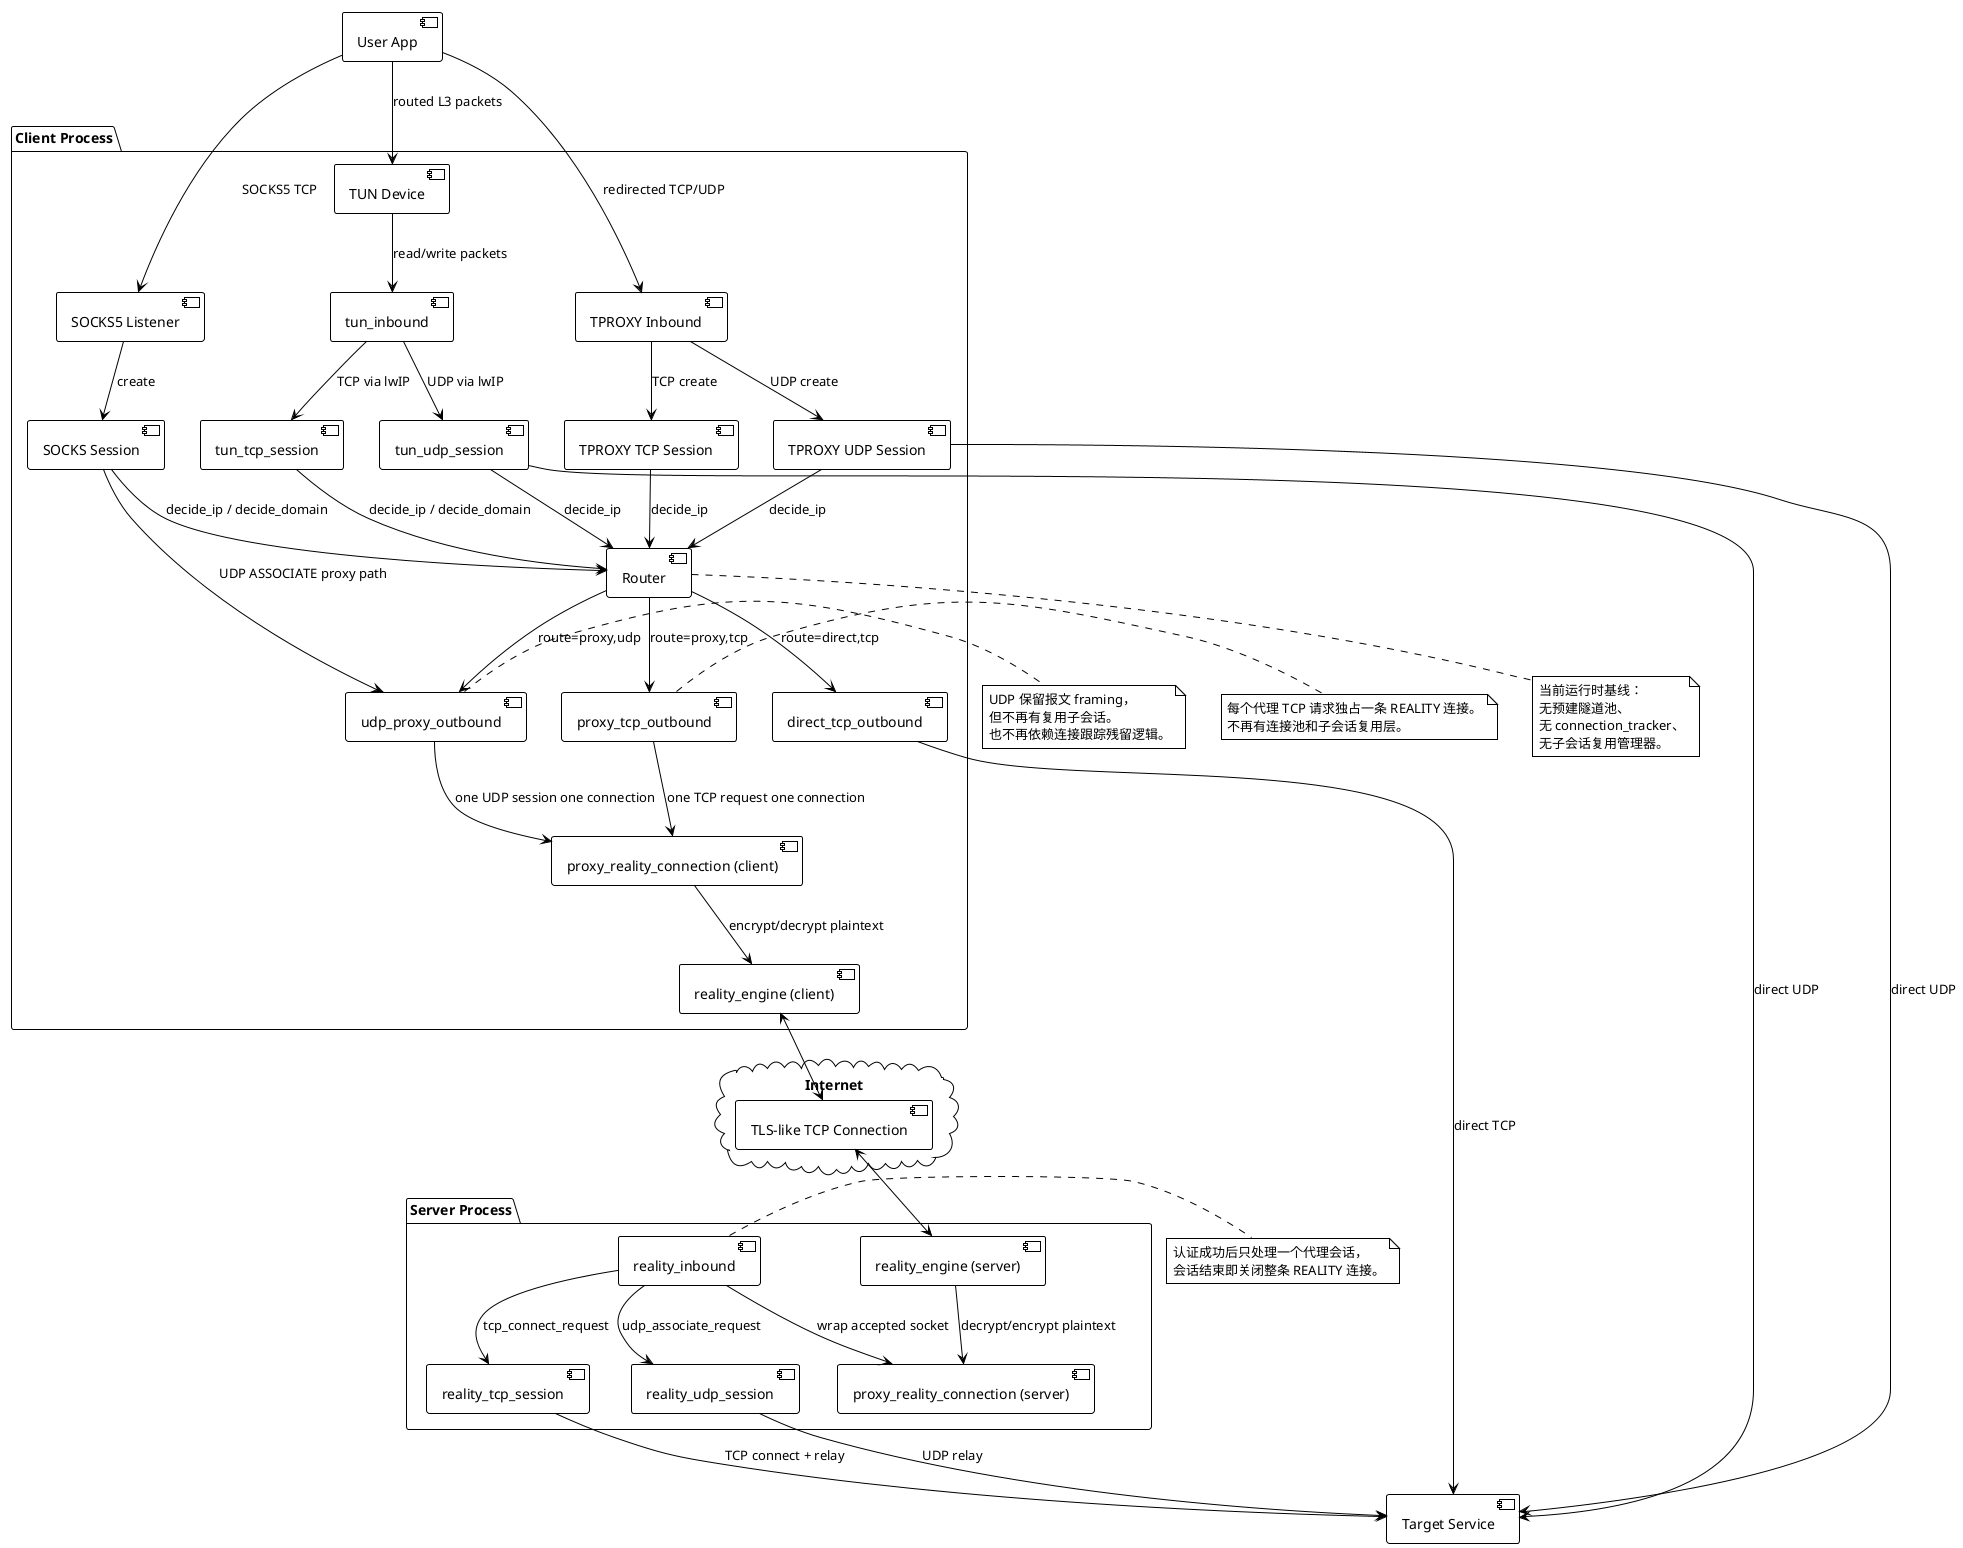
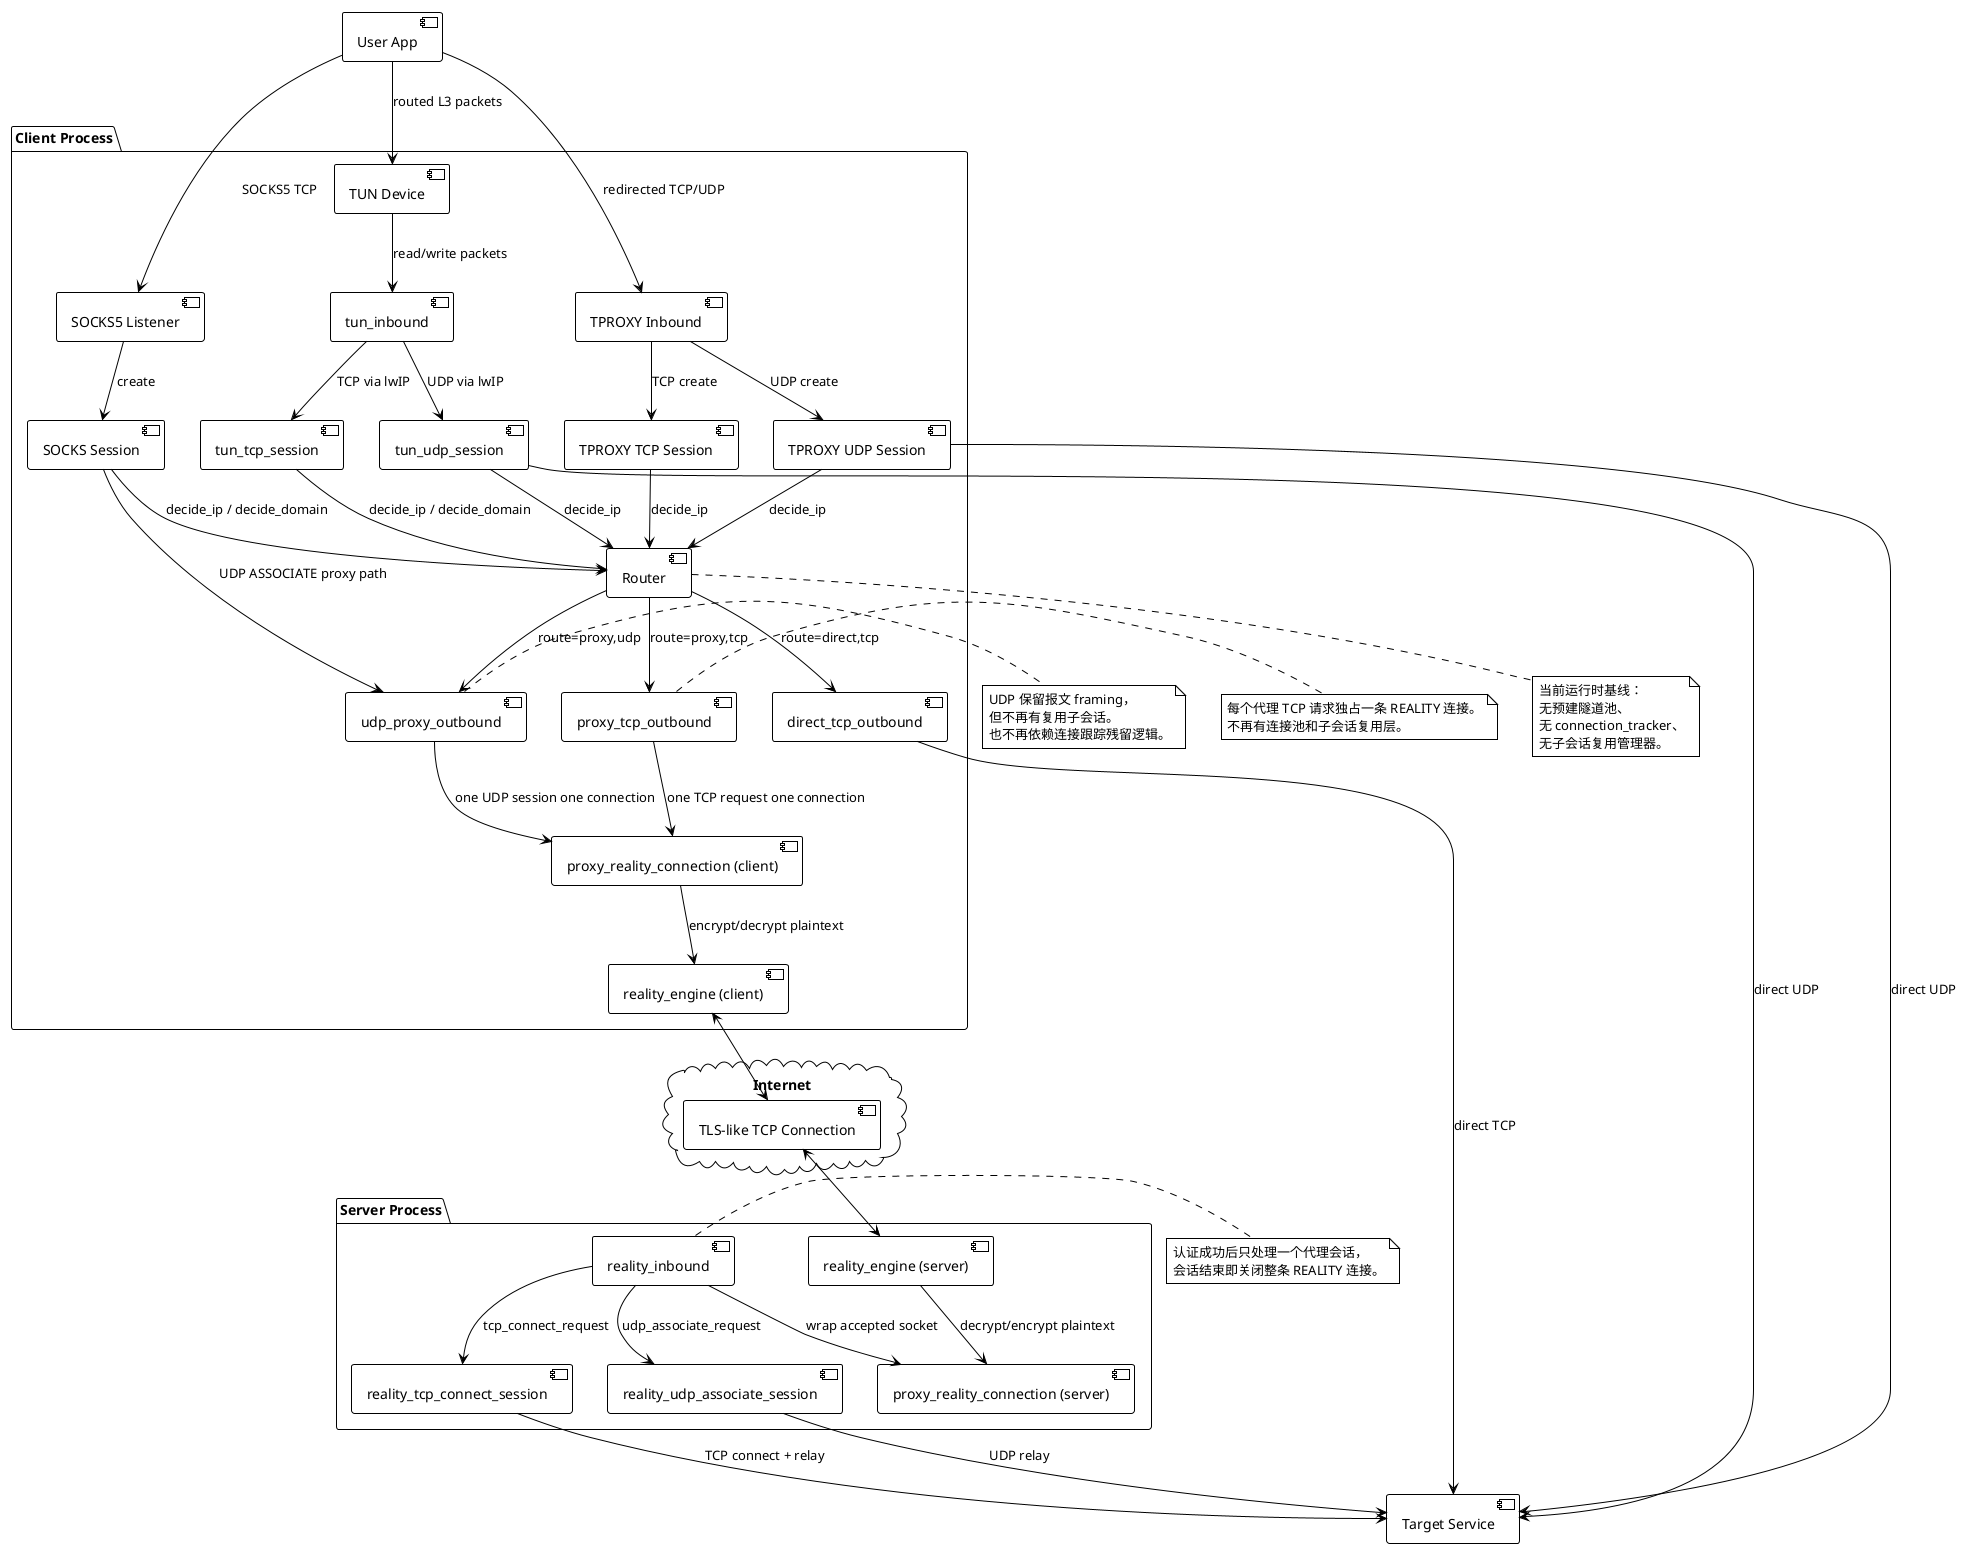
@startuml
!theme plain
skinparam componentStyle uml2

package "Client Process" {
    [SOCKS5 Listener] as SocksListener
    [SOCKS Session] as SocksSession
    [TPROXY Inbound] as TproxyInbound
    [TPROXY TCP Session] as TproxyTcpSession
    [TPROXY UDP Session] as TproxyUdpSession
    [TUN Device] as TunDevice
    [tun_inbound] as TunInbound
    [tun_tcp_session] as TunTcpSession
    [tun_udp_session] as TunUdpSession

    [Router] as Router
    [direct_tcp_outbound] as DirectUpstream
    [proxy_tcp_outbound] as ProxyUpstream
    [udp_proxy_outbound] as ProxyUdpUpstream

    [proxy_reality_connection (client)] as ClientConn
    [reality_engine (client)] as ClientReality
}

cloud "Internet" {
    [TLS-like TCP Connection] as Network
}

package "Server Process" {
    [reality_inbound] as RealityInbound
    [proxy_reality_connection (server)] as ServerConn
    [reality_engine (server)] as ServerReality
-     [reality_tcp_session] as RealityTcp
-     [reality_udp_session] as RealityUdp
+     [reality_tcp_connect_session] as RealityTcp
+     [reality_udp_associate_session] as RealityUdp
}

[User App] as App
[Target Service] as Target

App --> SocksListener : SOCKS5 TCP
SocksListener --> SocksSession : create

App --> TproxyInbound : redirected TCP/UDP
TproxyInbound --> TproxyTcpSession : TCP create
TproxyInbound --> TproxyUdpSession : UDP create

App --> TunDevice : routed L3 packets
TunDevice --> TunInbound : read/write packets
TunInbound --> TunTcpSession : TCP via lwIP
TunInbound --> TunUdpSession : UDP via lwIP

SocksSession --> Router : decide_ip / decide_domain
TproxyTcpSession --> Router : decide_ip
TproxyUdpSession --> Router : decide_ip
TunTcpSession --> Router : decide_ip / decide_domain
TunUdpSession --> Router : decide_ip

Router --> DirectUpstream : route=direct,tcp
Router --> ProxyUpstream : route=proxy,tcp
Router --> ProxyUdpUpstream : route=proxy,udp

DirectUpstream --> Target : direct TCP
SocksSession --> ProxyUdpUpstream : UDP ASSOCIATE proxy path
TproxyUdpSession --> Target : direct UDP
TunUdpSession --> Target : direct UDP

ProxyUpstream --> ClientConn : one TCP request one connection
ProxyUdpUpstream --> ClientConn : one UDP session one connection
ClientConn --> ClientReality : encrypt/decrypt plaintext
ClientReality <--> Network
Network <--> ServerReality
ServerReality --> ServerConn : decrypt/encrypt plaintext

RealityInbound --> ServerConn : wrap accepted socket
RealityInbound --> RealityTcp : tcp_connect_request
RealityInbound --> RealityUdp : udp_associate_request
RealityTcp --> Target : TCP connect + relay
RealityUdp --> Target : UDP relay

note right of ProxyUpstream
  每个代理 TCP 请求独占一条 REALITY 连接。
  不再有连接池和子会话复用层。
end note

note right of ProxyUdpUpstream
  UDP 保留报文 framing，
  但不再有复用子会话。
  也不再依赖连接跟踪残留逻辑。
end note

note right of RealityInbound
  认证成功后只处理一个代理会话，
  会话结束即关闭整条 REALITY 连接。
end note

note bottom of Router
  当前运行时基线：
  无预建隧道池、
  无 connection_tracker、
  无子会话复用管理器。
end note

@enduml
